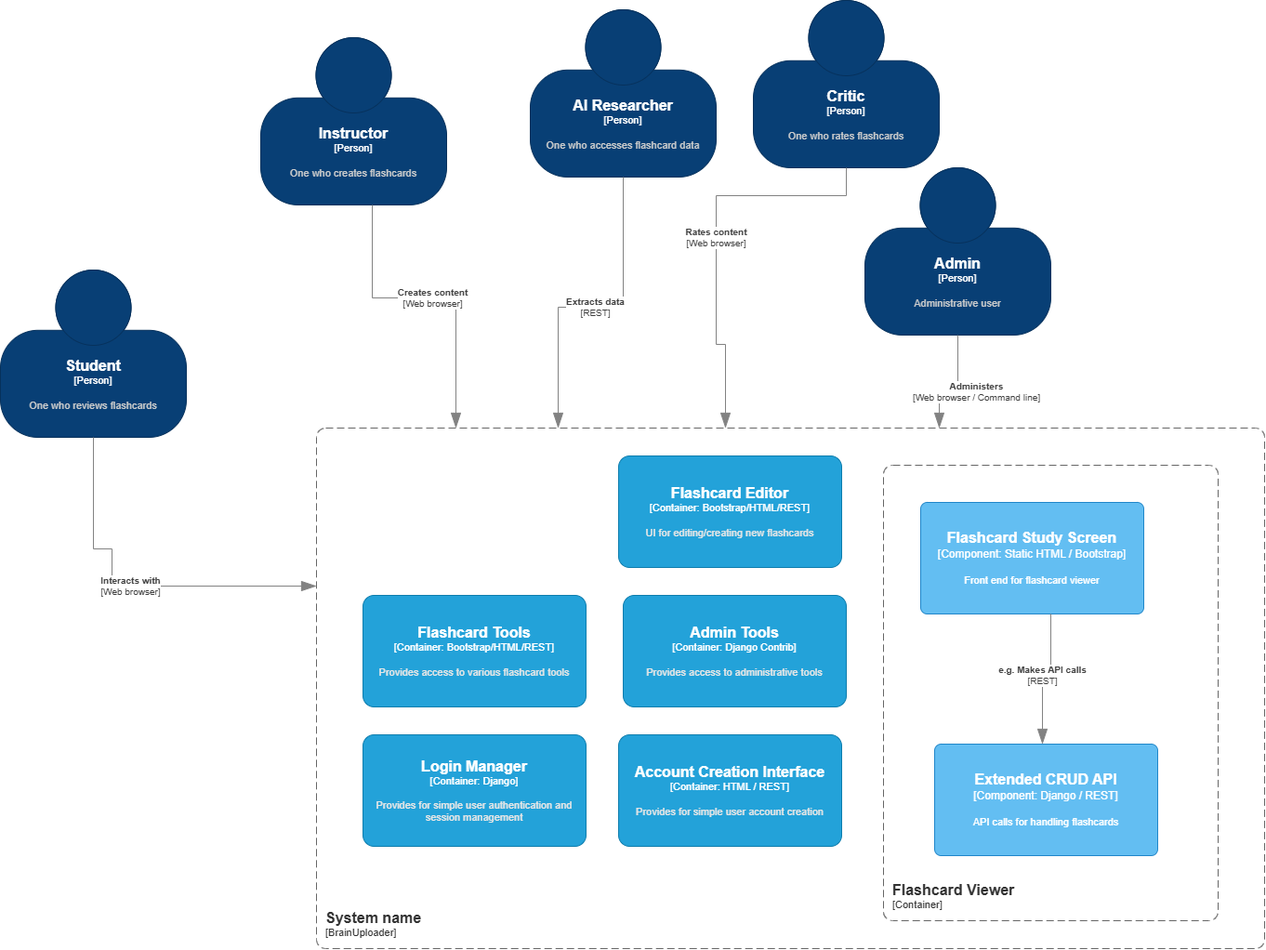
Before: docs/images/C4-Component.drawio.png, a diagram exported from draw.io (ghumphr/brainuploader). Source tidied: cells renumbered, new cells last; positions are measured from the earlier drawing's top-left corner, leaving out a move shared by most shapes.
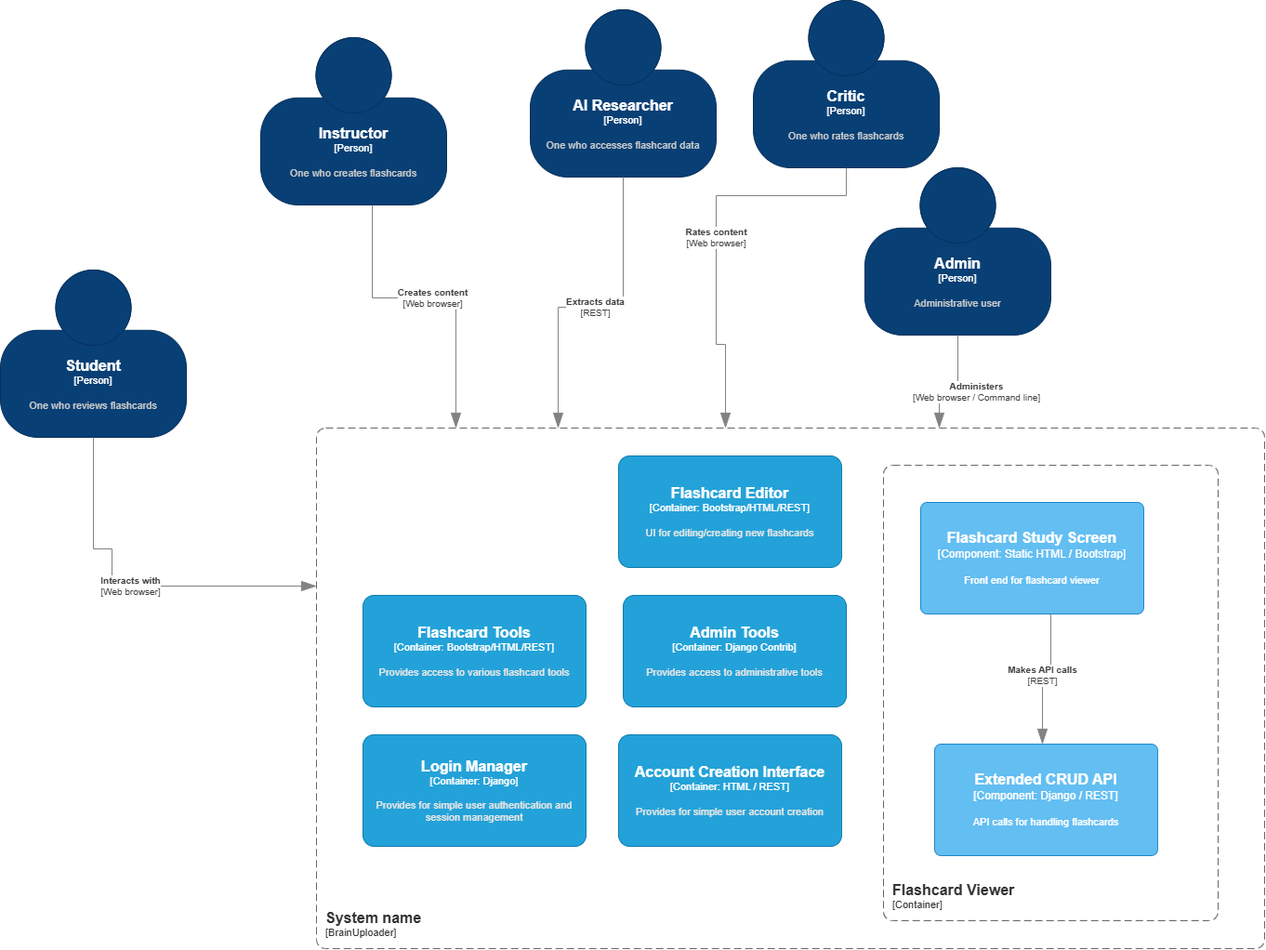
Later version of the same file.

Change to the diagram source:
```diff
@@ -130,7 +130,7 @@
         <mxGeometry x="1005" y="800" width="240" height="120" as="geometry" />
       </mxCell>
     </object>
-    <object id="21" label="&lt;div style=&quot;text-align: left&quot;&gt;&lt;div style=&quot;text-align: center&quot;&gt;&lt;b&gt;%c4Description%&lt;/b&gt;&lt;/div&gt;&lt;div style=&quot;text-align: center&quot;&gt;[%c4Technology%]&lt;/div&gt;&lt;/div&gt;" c4Description="e.g. Makes API calls" c4Technology="REST" c4Type="Relationship" placeholders="1">
+    <object id="21" label="&lt;div style=&quot;text-align: left&quot;&gt;&lt;div style=&quot;text-align: center&quot;&gt;&lt;b&gt;%c4Description%&lt;/b&gt;&lt;/div&gt;&lt;div style=&quot;text-align: center&quot;&gt;[%c4Technology%]&lt;/div&gt;&lt;/div&gt;" c4Description="Makes API calls" c4Technology="REST" c4Type="Relationship" placeholders="1">
       <mxCell style="endArrow=blockThin;html=1;fontSize=10;fontColor=#404040;strokeWidth=1;endFill=1;strokeColor=#828282;elbow=vertical;endSize=14;startSize=14;jumpStyle=arc;jumpSize=16;rounded=0;edgeStyle=orthogonalEdgeStyle;" parent="1" edge="1" target="20">
         <mxGeometry relative="1" as="geometry">
           <mxPoint x="1130" y="660" as="sourcePoint" />
```
